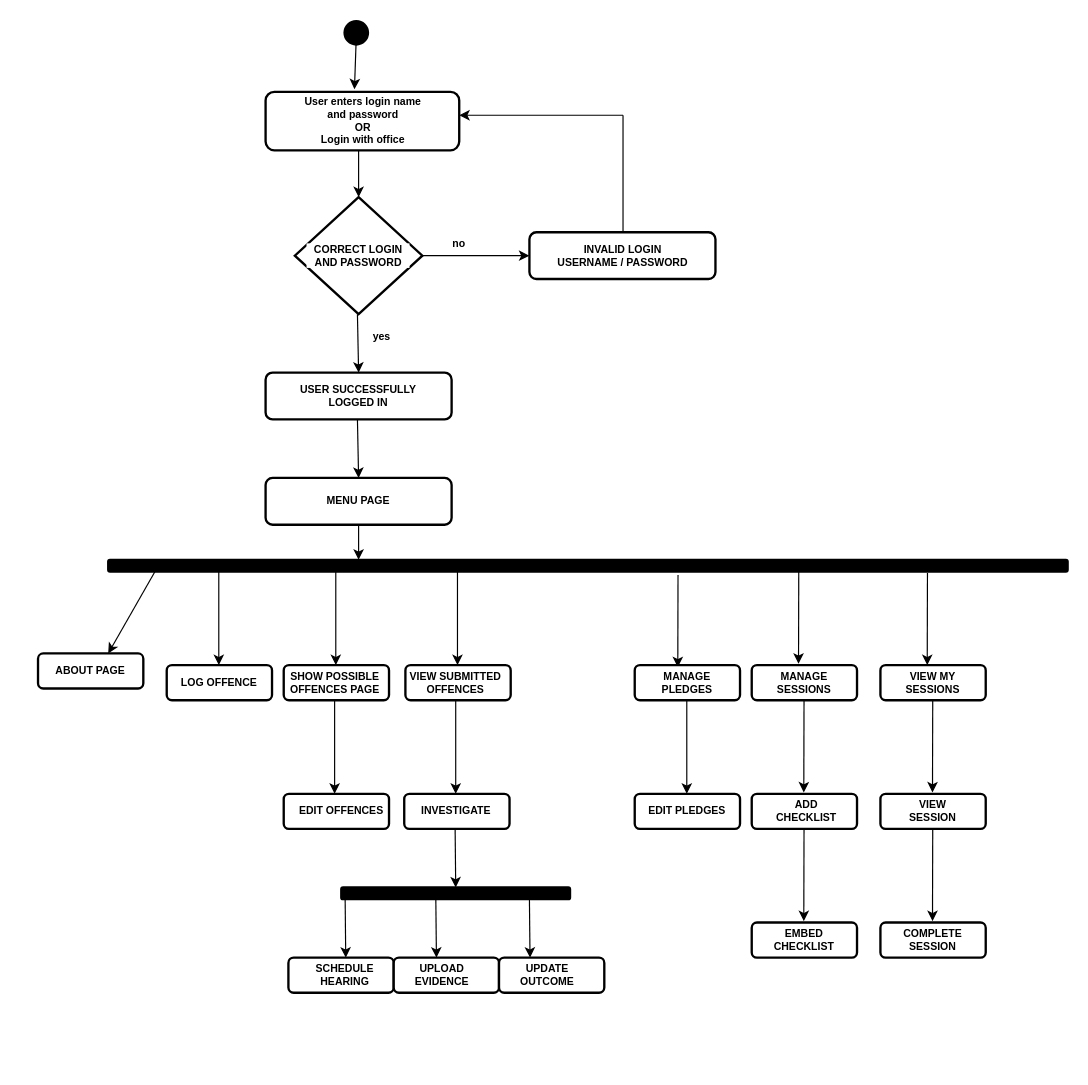
Earlier version of the draw.io diagram page "ActivityDiagram" (3 of 6) of ArchitectureDiagram.drawio (OOPS-2022/student_support_system). Source tidied: cells renumbered, new cells numbered last; positions are measured from the earlier drawing's top-left corner, leaving out a move shared by most shapes. Both pictures are drawn from the tidied source at 117%, with x=0, y=0 at pixel (20, 21).
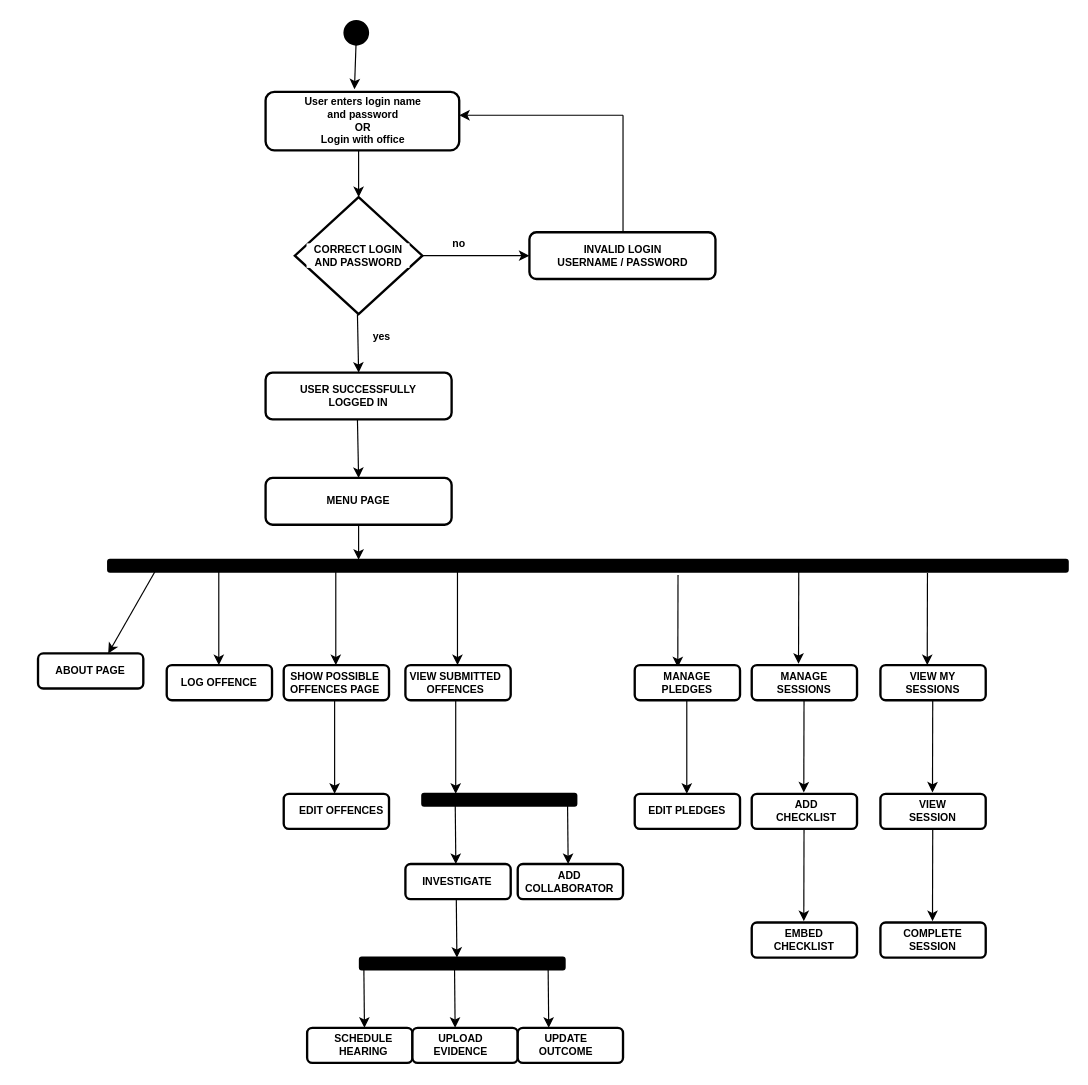
The same diagram, later.

Diff of the diagram source:
```diff
@@
     <mxCell id="61" style="rounded=1;whiteSpace=wrap;html=1;labelBackgroundColor=#FFFFFF;fontFamily=Tahoma;fontSize=12;strokeWidth=2;" parent="1" vertex="1">
-      <mxGeometry x="328" y="660" width="90" height="30" as="geometry" />
+      <mxGeometry x="329" y="720" width="90" height="30" as="geometry" />
     </mxCell>
     <mxCell id="62" value="INVESTIGATE" style="text;html=1;align=center;verticalAlign=middle;whiteSpace=wrap;rounded=0;fontStyle=1;fontFamily=Helvetica;fontSize=9;" parent="1" vertex="1">
-      <mxGeometry x="340.5" y="665" width="63" height="20" as="geometry" />
+      <mxGeometry x="341.5" y="725" width="63" height="20" as="geometry" />
     </mxCell>
     <mxCell id="63" style="endArrow=classic;html=1;exitX=0.5;exitY=1;exitDx=0;exitDy=0;" parent="1" edge="1">
       <mxGeometry relative="1" as="geometry">
-        <mxPoint x="371.5" y="690" as="sourcePoint" />
-        <mxPoint x="372" y="740" as="targetPoint" />
+        <mxPoint x="372.5" y="750" as="sourcePoint" />
+        <mxPoint x="373" y="800" as="targetPoint" />
       </mxGeometry>
     </mxCell>
     <mxCell id="64" style="rounded=1;whiteSpace=wrap;html=1;labelBackgroundColor=#FFFFFF;fontFamily=Helvetica;fontSize=9;fontColor=#000000;strokeColor=#000000;strokeWidth=2;fillColor=#000000;" parent="1" vertex="1">
-      <mxGeometry x="274.2" y="740" width="195.5" height="10" as="geometry" />
+      <mxGeometry x="290.2" y="800" width="174.8" height="10" as="geometry" />
     </mxCell>
     <mxCell id="65" style="endArrow=classic;html=1;exitX=0.5;exitY=1;exitDx=0;exitDy=0;" parent="1" edge="1">
       <mxGeometry relative="1" as="geometry">
-        <mxPoint x="277.5" y="750" as="sourcePoint" />
-        <mxPoint x="278" y="800" as="targetPoint" />
+        <mxPoint x="293.5" y="810" as="sourcePoint" />
+        <mxPoint x="294" y="860" as="targetPoint" />
       </mxGeometry>
     </mxCell>
     <mxCell id="66" style="endArrow=classic;html=1;exitX=0.5;exitY=1;exitDx=0;exitDy=0;" parent="1" edge="1">
       <mxGeometry relative="1" as="geometry">
-        <mxPoint x="355" y="750" as="sourcePoint" />
-        <mxPoint x="355.5" y="800" as="targetPoint" />
+        <mxPoint x="371" y="810" as="sourcePoint" />
+        <mxPoint x="371.5" y="860" as="targetPoint" />
       </mxGeometry>
     </mxCell>
     <mxCell id="67" style="rounded=1;whiteSpace=wrap;html=1;labelBackgroundColor=#FFFFFF;fontFamily=Tahoma;fontSize=12;strokeWidth=2;" parent="1" vertex="1">
-      <mxGeometry x="229" y="800" width="90" height="30" as="geometry" />
+      <mxGeometry x="245" y="860" width="90" height="30" as="geometry" />
     </mxCell>
     <mxCell id="68" style="rounded=1;whiteSpace=wrap;html=1;labelBackgroundColor=#FFFFFF;fontFamily=Tahoma;fontSize=12;strokeWidth=2;" parent="1" vertex="1">
-      <mxGeometry x="319" y="800" width="90" height="30" as="geometry" />
+      <mxGeometry x="335" y="860" width="90" height="30" as="geometry" />
     </mxCell>
     <mxCell id="69" value="SCHEDULE HEARING" style="text;html=1;align=center;verticalAlign=middle;whiteSpace=wrap;rounded=0;fontStyle=1;fontFamily=Helvetica;fontSize=9;" parent="1" vertex="1">
-      <mxGeometry x="246" y="805" width="63" height="20" as="geometry" />
+      <mxGeometry x="262" y="865" width="63" height="20" as="geometry" />
     </mxCell>
     <mxCell id="70" value="UPLOAD EVIDENCE" style="text;html=1;align=center;verticalAlign=middle;whiteSpace=wrap;rounded=0;fontStyle=1;fontFamily=Helvetica;fontSize=9;" parent="1" vertex="1">
-      <mxGeometry x="329" y="805" width="63" height="20" as="geometry" />
+      <mxGeometry x="345" y="865" width="63" height="20" as="geometry" />
     </mxCell>
     <mxCell id="71" style="endArrow=classic;html=1;exitX=0.5;exitY=1;exitDx=0;exitDy=0;" parent="1" edge="1">
       <mxGeometry relative="1" as="geometry">
-        <mxPoint x="435" y="750" as="sourcePoint" />
-        <mxPoint x="435.5" y="800" as="targetPoint" />
+        <mxPoint x="451" y="810" as="sourcePoint" />
+        <mxPoint x="451.5" y="860" as="targetPoint" />
       </mxGeometry>
     </mxCell>
     <mxCell id="72" style="rounded=1;whiteSpace=wrap;html=1;labelBackgroundColor=#FFFFFF;fontFamily=Tahoma;fontSize=12;strokeWidth=2;" parent="1" vertex="1">
-      <mxGeometry x="409" y="800" width="90" height="30" as="geometry" />
+      <mxGeometry x="425" y="860" width="90" height="30" as="geometry" />
     </mxCell>
     <mxCell id="73" value="UPDATE OUTCOME" style="text;html=1;align=center;verticalAlign=middle;whiteSpace=wrap;rounded=0;fontStyle=1;fontFamily=Helvetica;fontSize=9;" parent="1" vertex="1">
-      <mxGeometry x="419" y="805" width="63" height="20" as="geometry" />
+      <mxGeometry x="435" y="865" width="63" height="20" as="geometry" />
     </mxCell>
@@
+    <mxCell id="77" style="rounded=1;whiteSpace=wrap;html=1;labelBackgroundColor=#FFFFFF;fontFamily=Helvetica;fontSize=9;fontColor=#000000;strokeColor=#000000;strokeWidth=2;fillColor=#000000;" parent="1" vertex="1">
+      <mxGeometry x="343.5" y="660" width="131.5" height="10" as="geometry" />
+    </mxCell>
+    <mxCell id="78" style="endArrow=classic;html=1;exitX=0.5;exitY=1;exitDx=0;exitDy=0;" parent="1" edge="1">
+      <mxGeometry relative="1" as="geometry">
+        <mxPoint x="371.6" y="670" as="sourcePoint" />
+        <mxPoint x="372.1" y="720" as="targetPoint" />
+      </mxGeometry>
+    </mxCell>
+    <mxCell id="79" style="rounded=1;whiteSpace=wrap;html=1;labelBackgroundColor=#FFFFFF;fontFamily=Tahoma;fontSize=12;strokeWidth=2;" parent="1" vertex="1">
+      <mxGeometry x="425" y="720" width="90" height="30" as="geometry" />
+    </mxCell>
+    <mxCell id="80" value="ADD COLLABORATOR" style="text;html=1;align=center;verticalAlign=middle;whiteSpace=wrap;rounded=0;fontStyle=1;fontFamily=Helvetica;fontSize=9;" parent="1" vertex="1">
+      <mxGeometry x="437.5" y="725" width="63" height="20" as="geometry" />
+    </mxCell>
+    <mxCell id="81" style="endArrow=classic;html=1;exitX=0.5;exitY=1;exitDx=0;exitDy=0;" parent="1" edge="1">
+      <mxGeometry relative="1" as="geometry">
+        <mxPoint x="467.6" y="670" as="sourcePoint" />
+        <mxPoint x="468.1" y="720" as="targetPoint" />
+      </mxGeometry>
+    </mxCell>
```
